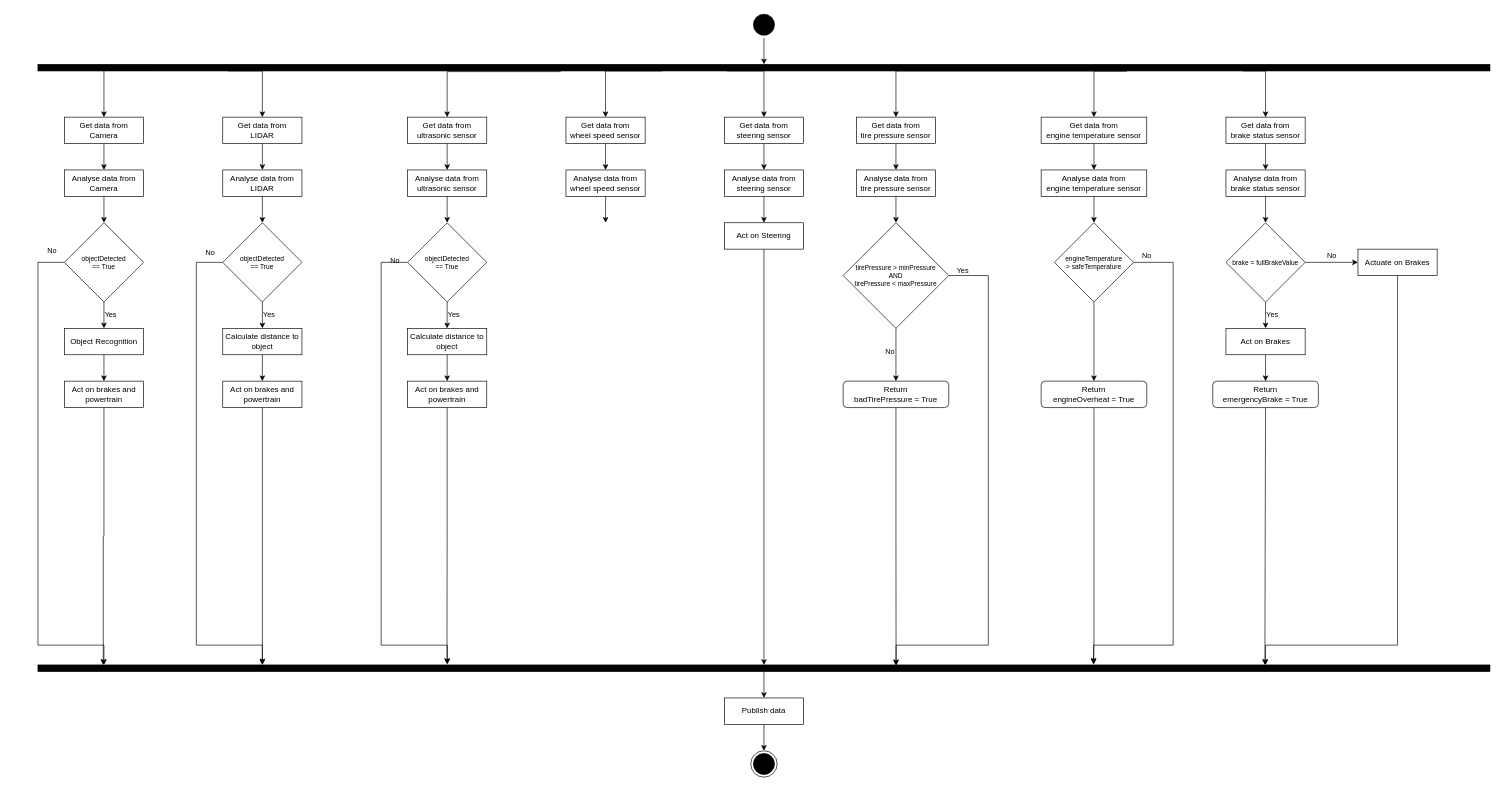
Before: page "Sensor Acquisition" (5 of 5) of MESCC/1st_year/2nd_semester/state_diagram.drawio in carlosrijo9/ISEP, a draw.io diagram. Source tidied: cells renumbered, new cells numbered last; positions are measured from the earlier drawing's top-left corner, leaving out a move shared by most shapes. Both pictures are drawn from the tidied source at 66%, with x=0, y=0 at pixel (38, 11).
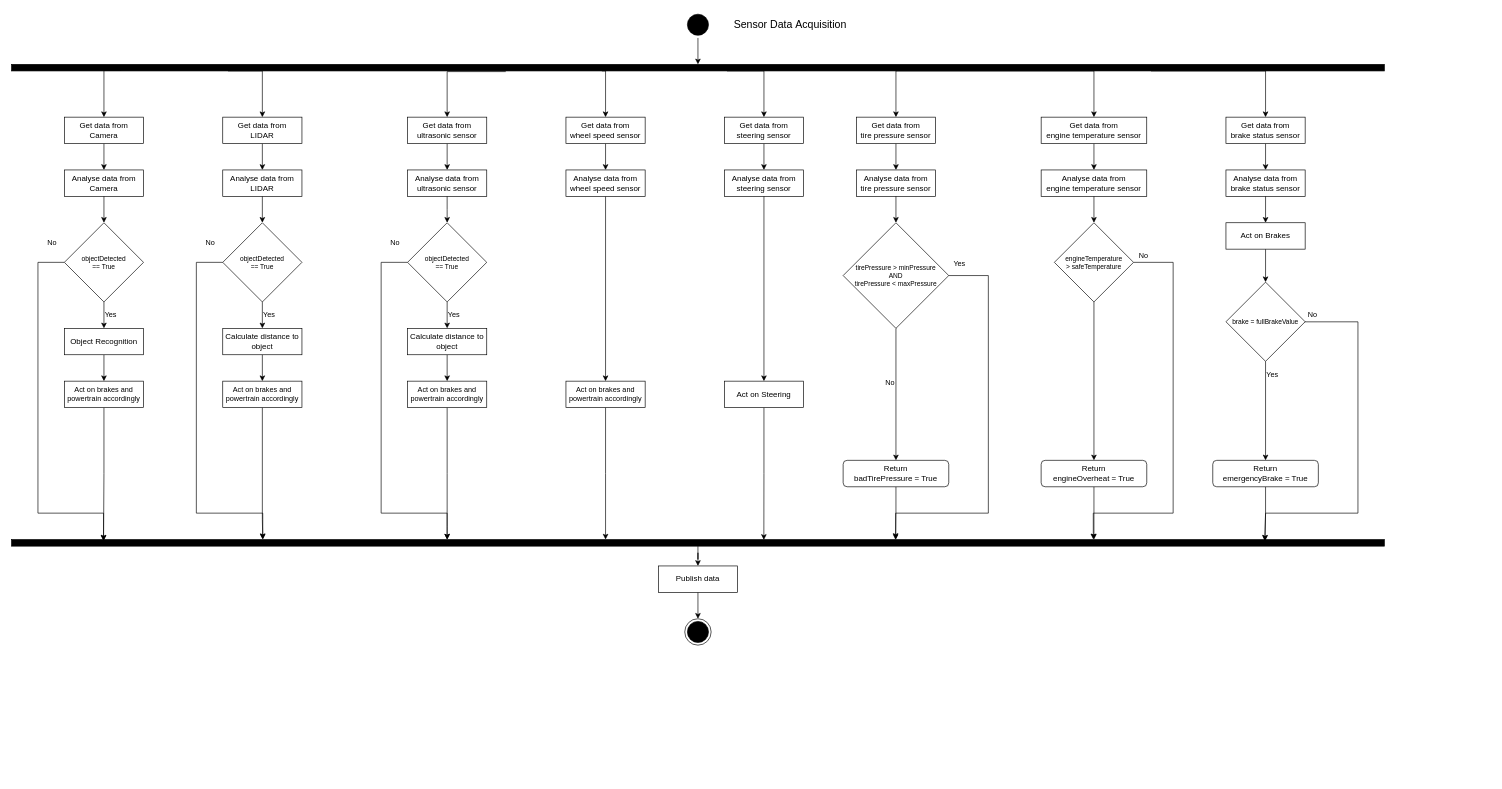
After the change.

The change refers to these unchanged cells:
```xml
<mxCell id="25" value="Analyse data from&lt;br&gt;wheel speed&amp;nbsp;sensor" style="rounded=0;whiteSpace=wrap;html=1;" parent="1" vertex="1">
  <mxGeometry x="800" y="240" width="120" height="40" as="geometry" />
</mxCell>
<mxCell id="28" value="Analyse data from&lt;br&gt;steering sensor" style="rounded=0;whiteSpace=wrap;html=1;" parent="1" vertex="1">
  <mxGeometry x="1040" y="240" width="120" height="40" as="geometry" />
</mxCell>
<mxCell id="31" value="Analyse data from&lt;br&gt;tire pressure&amp;nbsp;sensor" style="rounded=0;whiteSpace=wrap;html=1;" parent="1" vertex="1">
  <mxGeometry x="1240" y="240" width="120" height="40" as="geometry" />
</mxCell>
<mxCell id="34" value="Analyse data from&lt;br&gt;engine temperature&amp;nbsp;sensor" style="rounded=0;whiteSpace=wrap;html=1;" parent="1" vertex="1">
  <mxGeometry x="1520" y="240" width="160" height="40" as="geometry" />
</mxCell>
<mxCell id="37" value="Analyse data from&lt;br&gt;brake status&amp;nbsp;sensor" style="rounded=0;whiteSpace=wrap;html=1;" parent="1" vertex="1">
  <mxGeometry x="1800" y="240" width="120" height="40" as="geometry" />
</mxCell>
<mxCell id="41" value="objectDetected &lt;br&gt;== True" style="rhombus;whiteSpace=wrap;html=1;fillColor=default;fontSize=10;" parent="1" vertex="1">
  <mxGeometry x="40" y="320" width="120" height="120" as="geometry" />
</mxCell>
<mxCell id="55" value="engineTemperature&lt;br&gt;&amp;gt; safeTemperature" style="rhombus;whiteSpace=wrap;html=1;fillColor=default;fontSize=10;" parent="1" vertex="1">
  <mxGeometry x="1540" y="320" width="120" height="120" as="geometry" />
</mxCell>
<mxCell id="62" value="tirePressure &amp;gt; minPressure&lt;br&gt;AND&lt;br&gt;tirePressure &amp;lt; maxPressure" style="rhombus;whiteSpace=wrap;html=1;fillColor=default;fontSize=10;" parent="1" vertex="1">
  <mxGeometry x="1220" y="320" width="160" height="160" as="geometry" />
</mxCell>
<mxCell id="70" value="objectDetected &lt;br&gt;== True" style="rhombus;whiteSpace=wrap;html=1;fillColor=default;fontSize=10;" parent="1" vertex="1">
  <mxGeometry x="280" y="320" width="120" height="120" as="geometry" />
</mxCell>
<mxCell id="76" value="objectDetected &lt;br&gt;== True" style="rhombus;whiteSpace=wrap;html=1;fillColor=default;fontSize=10;" parent="1" vertex="1">
  <mxGeometry x="560" y="320" width="120" height="120" as="geometry" />
</mxCell>
```

What changed in the source:
```diff
@@
     <mxCell id="10" style="rounded=0;whiteSpace=wrap;html=1;strokeColor=#000000;fillColor=#000000;points=[[0,0,0,0,0],[0,0.25,0,0,0],[0,0.5,0,0,0],[0,0.75,0,0,0],[0,1,0,0,0],[0.08,0.9,0,0,0],[0.16,1,0,0,1],[0.25,0,0,0,0],[0.25,1,0,0,1],[0.36,1,0,0,1],[0.43,1,0,0,0],[0.5,0,0,0,0],[0.5,1,0,0,0],[0.58,0.8,0,0,0],[0.66,1,0,0,0],[0.75,0,0,0,0],[0.75,1,0,0,0],[0.83,1,0,0,0],[0.92,1,0,0,0],[1,0,0,0,0],[1,0.25,0,0,0],[1,0.5,0,0,0],[1,0.75,0,0,0],[1,1,0,0,0]];" parent="1" vertex="1">
-      <mxGeometry y="80" width="2200" height="10" as="geometry" />
+      <mxGeometry x="-40" y="80" width="2080" height="10" as="geometry" />
     </mxCell>
@@
     <mxCell id="21" style="ellipse;html=1;shape=startState;fillColor=#000000;strokeColor=default;" parent="1" vertex="1">
-      <mxGeometry x="1080" width="40" height="40" as="geometry" />
+      <mxGeometry x="980" width="40" height="40" as="geometry" />
     </mxCell>
@@
-    <mxCell id="24" style="edgeStyle=orthogonalEdgeStyle;rounded=0;jettySize=auto;html=1;" parent="1" edge="1" source="25">
-      <mxGeometry relative="1" as="geometry">
-        <mxPoint x="860" y="320" as="targetPoint" />
-      </mxGeometry>
+    <mxCell id="24" style="edgeStyle=orthogonalEdgeStyle;rounded=0;jettySize=auto;html=1;entryX=0.5;entryY=0;entryDx=0;entryDy=0;" parent="1" edge="1" source="25" target="99">
+      <mxGeometry relative="1" as="geometry" />
     </mxCell>
@@
-    <mxCell id="38" style="edgeStyle=orthogonalEdgeStyle;rounded=0;jettySize=auto;html=1;exitX=0;exitY=0.5;exitDx=0;exitDy=0;" parent="1" edge="1" source="41">
+    <mxCell id="38" style="edgeStyle=orthogonalEdgeStyle;rounded=0;jettySize=auto;html=1;exitX=0;exitY=0.5;exitDx=0;exitDy=0;entryX=0.933;entryY=0.8;entryDx=0;entryDy=0;entryPerimeter=0;" parent="1" edge="1" source="41" target="87">
       <mxGeometry relative="1" as="geometry">
-        <mxPoint x="100" y="990" as="targetPoint" />
         <Array as="points">
           <mxPoint y="380" />
-          <mxPoint y="960" />
-          <mxPoint x="100" y="960" />
+          <mxPoint y="760" />
+          <mxPoint x="100" y="760" />
+          <mxPoint x="100" y="802" />
         </Array>
       </mxGeometry>
     </mxCell>
     <mxCell id="39" value="No" style="edgeLabel;html=1;align=center;verticalAlign=middle;labelBackgroundColor=none;" parent="38" vertex="1">
       <mxGeometry x="-0.8" relative="1" as="geometry">
-        <mxPoint x="20" y="-54" as="offset" />
+        <mxPoint x="20" y="-47" as="offset" />
       </mxGeometry>
     </mxCell>
@@
-    <mxCell id="44" value="Yes" style="edgeStyle=orthogonalEdgeStyle;rounded=0;jettySize=auto;html=1;labelBackgroundColor=none;entryX=0.5;entryY=0;entryDx=0;entryDy=0;" parent="1" edge="1" source="46" target="52">
-      <mxGeometry y="10" relative="1" as="geometry" />
+    <mxCell id="44" value="Yes" style="edgeStyle=orthogonalEdgeStyle;rounded=0;jettySize=auto;html=1;labelBackgroundColor=none;entryX=0.5;entryY=0;entryDx=0;entryDy=0;" parent="1" edge="1" source="46" target="50">
+      <mxGeometry x="-0.73" y="10" relative="1" as="geometry" />
     </mxCell>
-    <mxCell id="45" value="No" style="edgeStyle=orthogonalEdgeStyle;rounded=0;jettySize=auto;html=1;exitX=1;exitY=0.5;exitDx=0;exitDy=0;entryX=0;entryY=0.5;entryDx=0;entryDy=0;labelBackgroundColor=none;" parent="1" edge="1" source="46">
-      <mxGeometry y="10" relative="1" as="geometry">
-        <mxPoint x="2000" y="380" as="targetPoint" />
+    <mxCell id="45" value="No" style="edgeStyle=orthogonalEdgeStyle;rounded=0;jettySize=auto;html=1;exitX=0.972;exitY=0.501;exitDx=0;exitDy=0;labelBackgroundColor=none;exitPerimeter=0;entryX=0.087;entryY=0.822;entryDx=0;entryDy=0;entryPerimeter=0;" parent="1" edge="1" source="46" target="87">
+      <mxGeometry x="-0.95" y="10" relative="1" as="geometry">
         <Array as="points">
-          <mxPoint x="1980" y="380" />
-          <mxPoint x="1980" y="380" />
+          <mxPoint x="2000" y="470" />
+          <mxPoint x="2000" y="760" />
+          <mxPoint x="1860" y="760" />
+          <mxPoint x="1860" y="802" />
         </Array>
       </mxGeometry>
     </mxCell>
     <mxCell id="46" value="brake = fullBrakeValue" style="rhombus;whiteSpace=wrap;html=1;fillColor=default;fontSize=10;" parent="1" vertex="1">
-      <mxGeometry x="1800" y="320" width="120" height="120" as="geometry" />
+      <mxGeometry x="1800" y="410" width="120" height="120" as="geometry" />
     </mxCell>
-    <mxCell id="47" style="edgeStyle=orthogonalEdgeStyle;rounded=0;jettySize=auto;html=1;exitX=0.5;exitY=1;exitDx=0;exitDy=0;" parent="1" edge="1" source="48">
-      <mxGeometry relative="1" as="geometry">
-        <mxPoint x="1860" y="990" as="targetPoint" />
-        <Array as="points">
-          <mxPoint x="2060" y="960" />
-          <mxPoint x="1860" y="960" />
-        </Array>
-      </mxGeometry>
-    </mxCell>
-    <mxCell id="48" value="Actuate on Brakes" style="rounded=0;whiteSpace=wrap;html=1;" parent="1" vertex="1">
-      <mxGeometry x="2000" y="360" width="120" height="40" as="geometry" />
-    </mxCell>
-    <mxCell id="49" style="edgeStyle=orthogonalEdgeStyle;rounded=0;jettySize=auto;html=1;exitX=0.5;exitY=1;exitDx=0;exitDy=0;entryX=0.155;entryY=1;entryDx=0;entryDy=0;entryPerimeter=0;" parent="1" edge="1" source="50" target="87">
-      <mxGeometry relative="1" as="geometry">
-        <Array as="points">
-          <mxPoint x="1860" y="990" />
-        </Array>
-      </mxGeometry>
-    </mxCell>
+    <mxCell id="97" style="edgeStyle=orthogonalEdgeStyle;rounded=0;jettySize=auto;html=1;exitX=0.5;exitY=1;exitDx=0;exitDy=0;" parent="1" edge="1" source="50">
+      <mxGeometry relative="1" as="geometry">
+        <mxPoint x="1859" y="802" as="targetPoint" />
+      </mxGeometry>
+    </mxCell>
     <mxCell id="50" value="Return&lt;br&gt;emergencyBrake = True" style="rounded=1;whiteSpace=wrap;html=1;" parent="1" vertex="1">
-      <mxGeometry x="1780" y="560" width="160" height="40" as="geometry" />
+      <mxGeometry x="1780" y="680" width="160" height="40" as="geometry" />
     </mxCell>
-    <mxCell id="51" style="edgeStyle=orthogonalEdgeStyle;rounded=0;jettySize=auto;html=1;" parent="1" edge="1" source="52" target="50">
-      <mxGeometry relative="1" as="geometry" />
-    </mxCell>
-    <mxCell id="52" value="Act on Brakes" style="rounded=0;whiteSpace=wrap;html=1;" parent="1" vertex="1">
-      <mxGeometry x="1800" y="480" width="120" height="40" as="geometry" />
-    </mxCell>
-    <mxCell id="53" value="No" style="edgeStyle=orthogonalEdgeStyle;rounded=0;jettySize=auto;html=1;exitX=1;exitY=0.5;exitDx=0;exitDy=0;entryX=0.273;entryY=1.2;entryDx=0;entryDy=0;labelBackgroundColor=none;entryPerimeter=0;" parent="1" edge="1" source="55" target="87">
+    <mxCell id="53" value="No" style="edgeStyle=orthogonalEdgeStyle;rounded=0;jettySize=auto;html=1;exitX=1;exitY=0.5;exitDx=0;exitDy=0;labelBackgroundColor=none;" parent="1" edge="1" source="55">
       <mxGeometry x="-0.95" y="10" relative="1" as="geometry">
+        <mxPoint x="1600" y="800" as="targetPoint" />
         <Array as="points">
           <mxPoint x="1720" y="380" />
-          <mxPoint x="1720" y="960" />
-          <mxPoint x="1599" y="960" />
+          <mxPoint x="1720" y="760" />
+          <mxPoint x="1600" y="760" />
         </Array>
       </mxGeometry>
     </mxCell>
@@
-    <mxCell id="56" style="edgeStyle=orthogonalEdgeStyle;rounded=0;jettySize=auto;html=1;exitX=0.5;exitY=1;exitDx=0;exitDy=0;entryX=0.273;entryY=1.044;entryDx=0;entryDy=0;entryPerimeter=0;" parent="1" edge="1" source="57" target="87">
+    <mxCell id="56" style="edgeStyle=orthogonalEdgeStyle;rounded=0;jettySize=auto;html=1;exitX=0.5;exitY=1;exitDx=0;exitDy=0;entryX=0.212;entryY=1.031;entryDx=0;entryDy=0;entryPerimeter=0;" parent="1" edge="1" source="57" target="87">
       <mxGeometry relative="1" as="geometry">
         <Array as="points">
-          <mxPoint x="1600" y="960" />
-          <mxPoint x="1599" y="960" />
+          <mxPoint x="1600" y="760" />
+          <mxPoint x="1599" y="760" />
         </Array>
       </mxGeometry>
     </mxCell>
     <mxCell id="57" value="Return&lt;br&gt;engineOverheat = True" style="rounded=1;whiteSpace=wrap;html=1;" parent="1" vertex="1">
-      <mxGeometry x="1520" y="560" width="160" height="40" as="geometry" />
+      <mxGeometry x="1520" y="680" width="160" height="40" as="geometry" />
     </mxCell>
@@
-    <mxCell id="60" style="edgeStyle=orthogonalEdgeStyle;rounded=0;jettySize=auto;html=1;exitX=1;exitY=0.5;exitDx=0;exitDy=0;entryX=0.409;entryY=0.988;entryDx=0;entryDy=0;entryPerimeter=0;" parent="1" edge="1" source="62" target="87">
+    <mxCell id="60" style="edgeStyle=orthogonalEdgeStyle;rounded=0;jettySize=auto;html=1;exitX=1;exitY=0.5;exitDx=0;exitDy=0;entryX=0.356;entryY=1.103;entryDx=0;entryDy=0;entryPerimeter=0;" parent="1" edge="1" source="62" target="87">
       <mxGeometry relative="1" as="geometry">
         <Array as="points">
           <mxPoint x="1440" y="400" />
-          <mxPoint x="1440" y="960" />
-          <mxPoint x="1300" y="960" />
+          <mxPoint x="1440" y="760" />
+          <mxPoint x="1300" y="760" />
         </Array>
       </mxGeometry>
     </mxCell>
@@
-    <mxCell id="63" style="edgeStyle=orthogonalEdgeStyle;rounded=0;jettySize=auto;html=1;exitX=0.5;exitY=1;exitDx=0;exitDy=0;entryX=0.409;entryY=0.878;entryDx=0;entryDy=0;entryPerimeter=0;" parent="1" edge="1" source="64" target="87">
+    <mxCell id="63" style="edgeStyle=orthogonalEdgeStyle;rounded=0;jettySize=auto;html=1;exitX=0.5;exitY=1;exitDx=0;exitDy=0;entryX=0.356;entryY=0.944;entryDx=0;entryDy=0;entryPerimeter=0;" parent="1" edge="1" source="64" target="87">
       <mxGeometry relative="1" as="geometry" />
     </mxCell>
     <mxCell id="64" value="Return&lt;br&gt;badTirePressure = True" style="rounded=1;whiteSpace=wrap;html=1;" parent="1" vertex="1">
-      <mxGeometry x="1220" y="560" width="160" height="40" as="geometry" />
+      <mxGeometry x="1220" y="680" width="160" height="40" as="geometry" />
     </mxCell>
-    <mxCell id="65" style="edgeStyle=orthogonalEdgeStyle;rounded=0;jettySize=auto;html=1;exitX=0.5;exitY=1;exitDx=0;exitDy=0;entryX=0.5;entryY=1;entryDx=0;entryDy=0;entryPerimeter=0;" parent="1" edge="1" source="66" target="87">
+    <mxCell id="65" style="edgeStyle=orthogonalEdgeStyle;rounded=0;jettySize=auto;html=1;exitX=0.5;exitY=1;exitDx=0;exitDy=0;entryX=0.452;entryY=0.944;entryDx=0;entryDy=0;entryPerimeter=0;" parent="1" edge="1" source="66" target="87">
       <mxGeometry relative="1" as="geometry" />
     </mxCell>
     <mxCell id="66" value="Act on Steering" style="rounded=0;whiteSpace=wrap;html=1;" parent="1" vertex="1">
-      <mxGeometry x="1040" y="320" width="120" height="40" as="geometry" />
+      <mxGeometry x="1040" y="560" width="120" height="40" as="geometry" />
     </mxCell>
-    <mxCell id="67" style="edgeStyle=orthogonalEdgeStyle;rounded=0;jettySize=auto;html=1;exitX=0;exitY=0.5;exitDx=0;exitDy=0;" parent="1" edge="1" source="70">
+    <mxCell id="67" style="edgeStyle=orthogonalEdgeStyle;rounded=0;jettySize=auto;html=1;exitX=0;exitY=0.5;exitDx=0;exitDy=0;entryX=0.817;entryY=1.069;entryDx=0;entryDy=0;entryPerimeter=0;" parent="1" edge="1" source="70" target="87">
       <mxGeometry relative="1" as="geometry">
-        <mxPoint x="340" y="990" as="targetPoint" />
         <Array as="points">
           <mxPoint x="240" y="380" />
-          <mxPoint x="240" y="960" />
-          <mxPoint x="340" y="960" />
-          <mxPoint x="340" y="971" />
+          <mxPoint x="240" y="760" />
+          <mxPoint x="341" y="760" />
         </Array>
       </mxGeometry>
     </mxCell>
     <mxCell id="68" value="No" style="edgeLabel;html=1;align=center;verticalAlign=middle;labelBackgroundColor=none;" parent="67" vertex="1">
       <mxGeometry x="-0.8" relative="1" as="geometry">
-        <mxPoint x="20" y="-50" as="offset" />
+        <mxPoint x="20" y="-47" as="offset" />
       </mxGeometry>
     </mxCell>
@@
-    <mxCell id="73" style="edgeStyle=orthogonalEdgeStyle;rounded=0;jettySize=auto;html=1;exitX=0;exitY=0.5;exitDx=0;exitDy=0;entryX=0.718;entryY=1.085;entryDx=0;entryDy=0;entryPerimeter=0;" parent="1" edge="1" source="76" target="87">
+    <mxCell id="73" style="edgeStyle=orthogonalEdgeStyle;rounded=0;jettySize=auto;html=1;exitX=0;exitY=0.5;exitDx=0;exitDy=0;" parent="1" edge="1" source="76">
       <mxGeometry relative="1" as="geometry">
+        <mxPoint x="620" y="800" as="targetPoint" />
         <Array as="points">
           <mxPoint x="520" y="380" />
-          <mxPoint x="520" y="960" />
-          <mxPoint x="620" y="960" />
+          <mxPoint x="520" y="760" />
+          <mxPoint x="620" y="760" />
+          <mxPoint x="620" y="780" />
         </Array>
       </mxGeometry>
     </mxCell>
     <mxCell id="74" value="No" style="edgeLabel;html=1;align=center;verticalAlign=middle;labelBackgroundColor=none;" parent="73" vertex="1">
       <mxGeometry x="-0.8" relative="1" as="geometry">
-        <mxPoint x="20" y="-39" as="offset" />
+        <mxPoint x="20" y="-47" as="offset" />
       </mxGeometry>
     </mxCell>
@@
-    <mxCell id="82" style="edgeStyle=orthogonalEdgeStyle;rounded=0;jettySize=auto;html=1;" parent="1" edge="1" source="28">
-      <mxGeometry relative="1" as="geometry">
-        <mxPoint x="1100" y="320" as="targetPoint" />
-      </mxGeometry>
+    <mxCell id="82" style="edgeStyle=orthogonalEdgeStyle;rounded=0;jettySize=auto;html=1;entryX=0.5;entryY=0;entryDx=0;entryDy=0;" parent="1" edge="1" source="28" target="66">
+      <mxGeometry relative="1" as="geometry" />
     </mxCell>
-    <mxCell id="83" style="edgeStyle=orthogonalEdgeStyle;rounded=0;jettySize=auto;html=1;" parent="1" edge="1" source="31">
-      <mxGeometry relative="1" as="geometry">
-        <mxPoint x="1300" y="320" as="targetPoint" />
-      </mxGeometry>
+    <mxCell id="83" style="edgeStyle=orthogonalEdgeStyle;rounded=0;jettySize=auto;html=1;entryX=0.5;entryY=0;entryDx=0;entryDy=0;" parent="1" edge="1" source="31" target="62">
+      <mxGeometry relative="1" as="geometry" />
     </mxCell>
-    <mxCell id="84" style="edgeStyle=orthogonalEdgeStyle;rounded=0;jettySize=auto;html=1;" parent="1" edge="1" source="34">
-      <mxGeometry relative="1" as="geometry">
-        <mxPoint x="1600" y="320" as="targetPoint" />
-      </mxGeometry>
+    <mxCell id="84" style="edgeStyle=orthogonalEdgeStyle;rounded=0;jettySize=auto;html=1;entryX=0.5;entryY=0;entryDx=0;entryDy=0;" parent="1" edge="1" source="34" target="55">
+      <mxGeometry relative="1" as="geometry" />
     </mxCell>
-    <mxCell id="85" style="edgeStyle=orthogonalEdgeStyle;rounded=0;jettySize=auto;html=1;" parent="1" edge="1" source="37">
-      <mxGeometry relative="1" as="geometry">
-        <mxPoint x="1860" y="320" as="targetPoint" />
-      </mxGeometry>
+    <mxCell id="85" style="edgeStyle=orthogonalEdgeStyle;rounded=0;jettySize=auto;html=1;entryX=0.5;entryY=0;entryDx=0;entryDy=0;" parent="1" edge="1" source="52" target="46">
+      <mxGeometry relative="1" as="geometry" />
     </mxCell>
@@
     <mxCell id="87" style="rounded=0;whiteSpace=wrap;html=1;strokeColor=#000000;fillColor=#000000;points=[[0,0,0,0,0],[0,0.25,0,0,0],[0,0.5,0,0,0],[0,0.75,0,0,0],[0,1,0,0,0],[0.08,0.9,0,0,0],[0.16,1,0,0,1],[0.25,0,0,0,0],[0.25,1,0,0,1],[0.36,1,0,0,1],[0.43,1,0,0,0],[0.5,0,0,0,0],[0.5,1,0,0,0],[0.58,0.8,0,0,0],[0.66,1,0,0,0],[0.75,0,0,0,0],[0.75,1,0,0,0],[0.83,1,0,0,0],[0.92,1,0,0,0],[1,0,0,0,0],[1,0.25,0,0,0],[1,0.5,0,0,0],[1,0.75,0,0,0],[1,1,0,0,0]];flipH=1;flipV=1;" parent="1" vertex="1">
-      <mxGeometry y="990" width="2200" height="10" as="geometry" />
+      <mxGeometry x="-40" y="800" width="2080" height="10" as="geometry" />
     </mxCell>
@@
     <mxCell id="89" value="Publish data" style="rounded=0;whiteSpace=wrap;html=1;" parent="1" vertex="1">
-      <mxGeometry x="1040" y="1040" width="120" height="40" as="geometry" />
+      <mxGeometry x="940" y="840" width="120" height="40" as="geometry" />
     </mxCell>
     <mxCell id="90" style="ellipse;html=1;shape=endState;fillColor=#000000;strokeColor=default;" parent="1" vertex="1">
-      <mxGeometry x="1080" y="1120" width="40" height="40" as="geometry" />
+      <mxGeometry x="980" y="920" width="40" height="40" as="geometry" />
     </mxCell>
-    <mxCell id="91" style="edgeStyle=orthogonalEdgeStyle;rounded=0;jettySize=auto;html=1;exitX=0.5;exitY=1;exitDx=0;exitDy=0;entryX=0.955;entryY=1;entryDx=0;entryDy=0;entryPerimeter=0;" parent="1" edge="1" source="92" target="87">
+    <mxCell id="91" style="edgeStyle=orthogonalEdgeStyle;rounded=0;jettySize=auto;html=1;exitX=0.5;exitY=1;exitDx=0;exitDy=0;entryX=0.933;entryY=0.853;entryDx=0;entryDy=0;entryPerimeter=0;" parent="1" edge="1" source="92" target="87">
       <mxGeometry relative="1" as="geometry" />
     </mxCell>
-    <mxCell id="92" value="Act on brakes and powertrain" style="rounded=0;whiteSpace=wrap;html=1;" parent="1" vertex="1">
+    <mxCell id="92" value="Act on brakes and powertrain&amp;nbsp;accordingly" style="rounded=0;whiteSpace=wrap;html=1;fontSize=11;" parent="1" vertex="1">
       <mxGeometry x="40" y="560" width="120" height="40" as="geometry" />
     </mxCell>
-    <mxCell id="93" style="edgeStyle=orthogonalEdgeStyle;rounded=0;jettySize=auto;html=1;exitX=0.5;exitY=1;exitDx=0;exitDy=0;" parent="1" edge="1" source="94">
+    <mxCell id="93" style="edgeStyle=orthogonalEdgeStyle;rounded=0;jettySize=auto;html=1;exitX=0.5;exitY=1;exitDx=0;exitDy=0;entryX=0.817;entryY=1;entryDx=0;entryDy=0;entryPerimeter=0;" parent="1" edge="1" source="94" target="87">
       <mxGeometry relative="1" as="geometry">
-        <mxPoint x="340" y="989" as="targetPoint" />
         <Array as="points">
-          <mxPoint x="340" y="970" />
+          <mxPoint x="340" y="770" />
+          <mxPoint x="341" y="770" />
         </Array>
       </mxGeometry>
     </mxCell>
-    <mxCell id="94" value="Act on brakes and powertrain" style="rounded=0;whiteSpace=wrap;html=1;" parent="1" vertex="1">
+    <mxCell id="94" value="Act on brakes and powertrain&amp;nbsp;accordingly" style="rounded=0;whiteSpace=wrap;html=1;fontSize=11;" parent="1" vertex="1">
       <mxGeometry x="280" y="560" width="120" height="40" as="geometry" />
     </mxCell>
     <mxCell id="95" style="edgeStyle=orthogonalEdgeStyle;rounded=0;jettySize=auto;html=1;exitX=0.5;exitY=1;exitDx=0;exitDy=0;" parent="1" edge="1" source="96">
       <mxGeometry relative="1" as="geometry">
-        <mxPoint x="619.7" y="988.4" as="targetPoint" />
+        <mxPoint x="620" y="800" as="targetPoint" />
       </mxGeometry>
     </mxCell>
-    <mxCell id="96" value="Act on brakes and powertrain" style="rounded=0;whiteSpace=wrap;html=1;" parent="1" vertex="1">
+    <mxCell id="96" value="Act on brakes and powertrain&amp;nbsp;accordingly" style="rounded=0;whiteSpace=wrap;html=1;fontSize=11;" parent="1" vertex="1">
       <mxGeometry x="560" y="560" width="120" height="40" as="geometry" />
     </mxCell>
+    <mxCell id="98" style="edgeStyle=orthogonalEdgeStyle;rounded=0;jettySize=auto;html=1;exitX=0.5;exitY=1;exitDx=0;exitDy=0;" parent="1" edge="1" source="99">
+      <mxGeometry relative="1" as="geometry">
+        <mxPoint x="860" y="800" as="targetPoint" />
+      </mxGeometry>
+    </mxCell>
+    <mxCell id="99" value="Act on brakes and powertrain&amp;nbsp;accordingly" style="rounded=0;whiteSpace=wrap;html=1;fontSize=11;" parent="1" vertex="1">
+      <mxGeometry x="800" y="560" width="120" height="40" as="geometry" />
+    </mxCell>
+    <mxCell id="100" style="edgeStyle=orthogonalEdgeStyle;rounded=0;jettySize=auto;html=1;entryX=0.5;entryY=0;entryDx=0;entryDy=0;" parent="1" edge="1" source="37" target="52">
+      <mxGeometry relative="1" as="geometry" />
+    </mxCell>
+    <mxCell id="52" value="Act on Brakes" style="rounded=0;whiteSpace=wrap;html=1;" parent="1" vertex="1">
+      <mxGeometry x="1800" y="320" width="120" height="40" as="geometry" />
+    </mxCell>
+    <mxCell id="101" value="&lt;font style=&quot;font-size: 16px;&quot;&gt;Sensor Data&amp;nbsp;Acquisition&lt;/font&gt;" style="text;html=1;strokeColor=none;fillColor=none;align=center;verticalAlign=middle;whiteSpace=wrap;rounded=0;" parent="1" vertex="1">
+      <mxGeometry x="1040" width="200" height="40" as="geometry" />
+    </mxCell>
```
